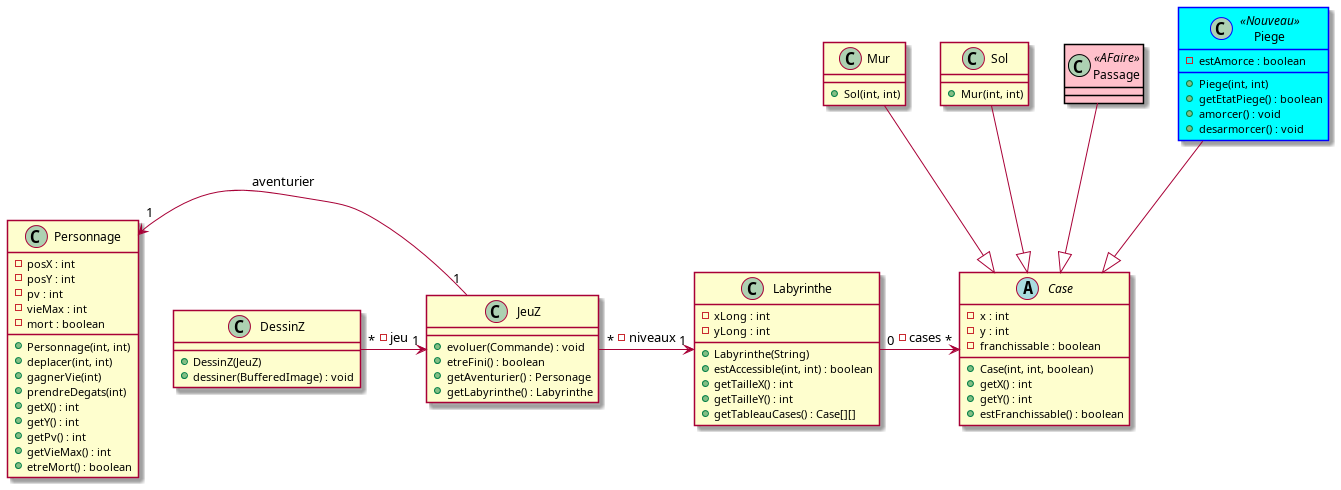
The PlantUML diagram documents/version_3/umlClasses.png in Alex-Michelet/2021_COO_Zeldiablo_Cordurie_Sacquard_Michelet_Kone_Becker, before a commit.
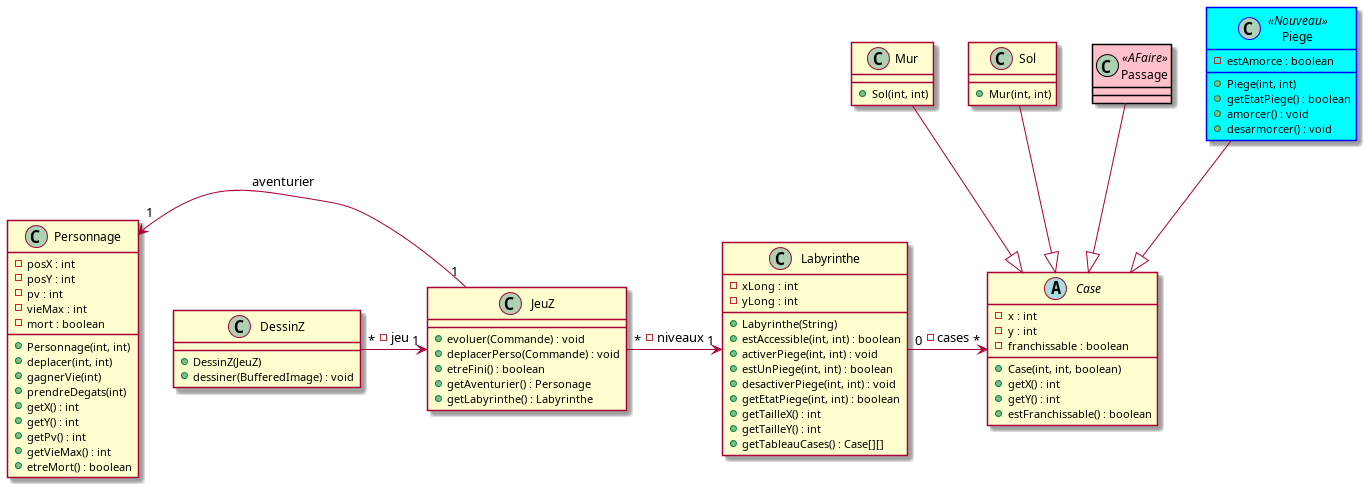
Later version of the same file.

Commit message:
Ajout de methodes dans Labyrinthe et Piege

Change to the diagram source:
```diff
@@ -9,6 +9,7 @@
 
 class JeuZ{
 + evoluer(Commande) : void
++ deplacerPerso(Commande) : void
 + etreFini() : boolean
 + getAventurier() : Personage
 + getLabyrinthe() : Labyrinthe
@@ -46,6 +47,10 @@
 - yLong : int
 + Labyrinthe(String)
 + estAccessible(int, int) : boolean
++ activerPiege(int, int) : void
++ estUnPiege(int, int) : boolean
++ desactiverPiege(int, int) : void
++ getEtatPiege(int, int) : boolean
 + getTailleX() : int
 + getTailleY() : int
 + getTableauCases() : Case[][]
```
